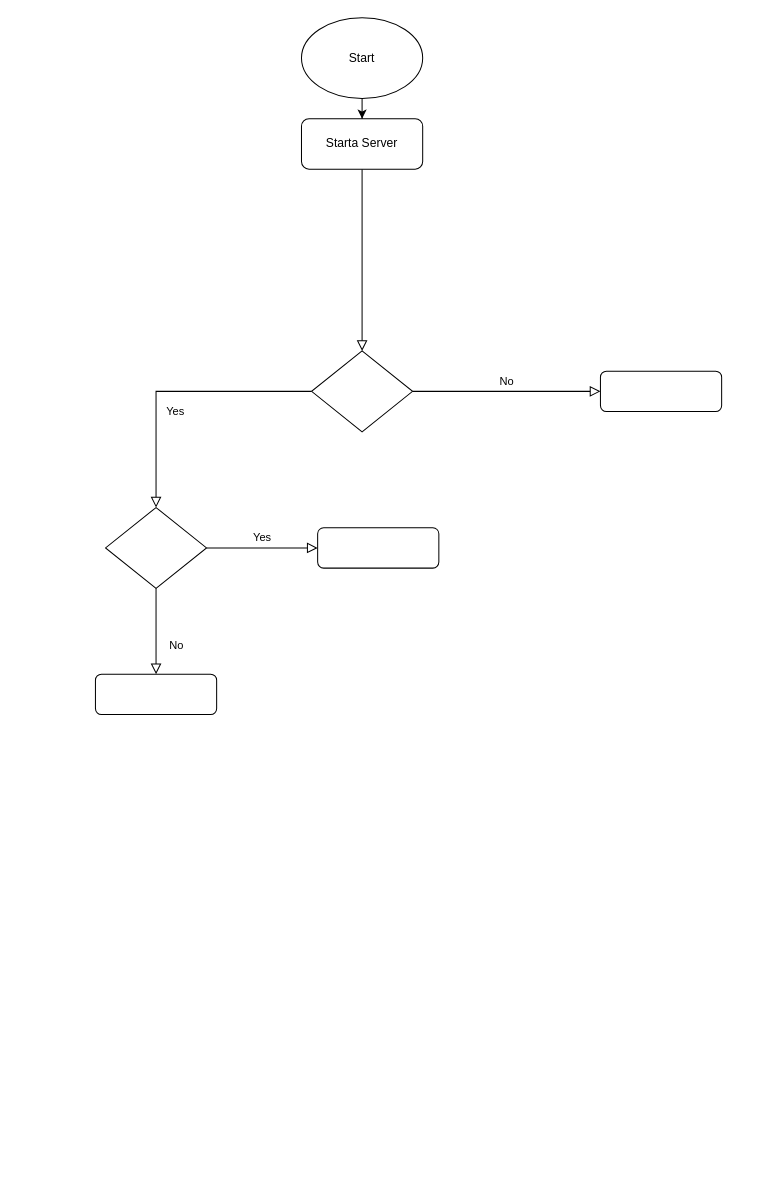
Before: Guldkortet Flödesschema.drawio in PBergstrom90/PBergstrom90, a draw.io diagram. Source tidied: cells renumbered, new cells numbered last; positions are measured from the earlier drawing's top-left corner, leaving out a move shared by most shapes. Both pictures are drawn from the tidied source at 101%, with x=0, y=0 at pixel (95, 17).
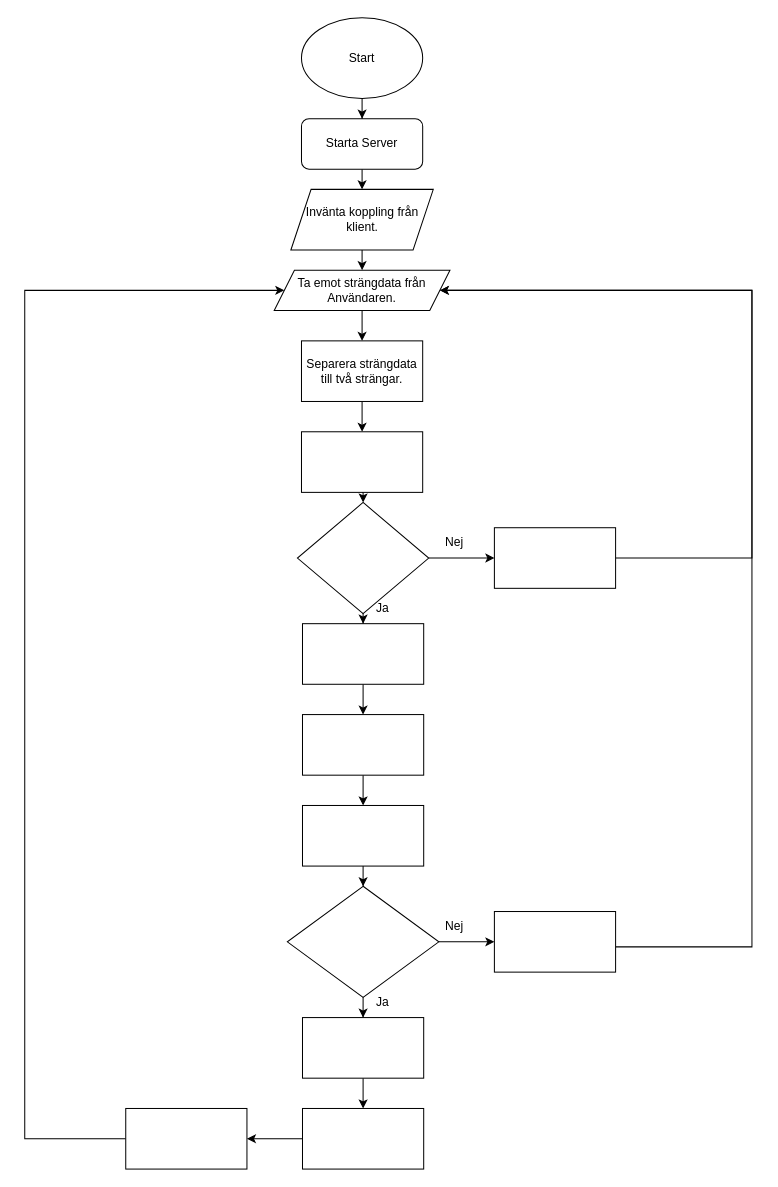
The same diagram, later.

Unchanged cells that the change refers to:
```xml
<mxCell id="3" value="Starta Server" style="rounded=1;whiteSpace=wrap;html=1;fontSize=12;glass=0;strokeWidth=1;shadow=0;" parent="1" vertex="1">
  <mxGeometry x="204" y="100" width="120" height="50" as="geometry" />
</mxCell>
```

Diff of the diagram source:
```diff
@@
-    <mxCell id="2" style="rounded=0;html=1;jettySize=auto;fontSize=11;endArrow=block;endFill=0;endSize=8;strokeWidth=1;shadow=0;labelBackgroundColor=none;edgeStyle=orthogonalEdgeStyle;" parent="1" edge="1" source="3" target="6">
-      <mxGeometry relative="1" as="geometry" />
-    </mxCell>
+    <mxCell id="15" style="edgeStyle=orthogonalEdgeStyle;rounded=0;jettySize=auto;html=1;exitX=0.5;exitY=1;exitDx=0;exitDy=0;entryX=0.5;entryY=0;entryDx=0;entryDy=0;" parent="1" edge="1" source="3" target="17">
+      <mxGeometry relative="1" as="geometry" />
+    </mxCell>
@@
-    <mxCell id="4" value="Yes" style="rounded=0;html=1;jettySize=auto;fontSize=11;endArrow=block;endFill=0;endSize=8;strokeWidth=1;shadow=0;labelBackgroundColor=none;edgeStyle=orthogonalEdgeStyle;" parent="1" edge="1" source="6" target="10">
-      <mxGeometry y="20" relative="1" as="geometry" />
-    </mxCell>
-    <mxCell id="5" value="No" style="edgeStyle=orthogonalEdgeStyle;rounded=0;html=1;jettySize=auto;fontSize=11;endArrow=block;endFill=0;endSize=8;strokeWidth=1;shadow=0;labelBackgroundColor=none;" parent="1" edge="1" source="6" target="7">
-      <mxGeometry y="10" relative="1" as="geometry" />
-    </mxCell>
-    <mxCell id="6" style="rhombus;whiteSpace=wrap;html=1;shadow=0;fontFamily=Helvetica;fontSize=12;align=center;strokeWidth=1;spacing=6;spacingTop=-4;" parent="1" vertex="1">
-      <mxGeometry x="214" y="330" width="100" height="80" as="geometry" />
-    </mxCell>
-    <mxCell id="7" style="rounded=1;whiteSpace=wrap;html=1;fontSize=12;glass=0;strokeWidth=1;shadow=0;" parent="1" vertex="1">
-      <mxGeometry x="500" y="350" width="120" height="40" as="geometry" />
-    </mxCell>
-    <mxCell id="8" value="No" style="rounded=0;html=1;jettySize=auto;fontSize=11;endArrow=block;endFill=0;endSize=8;strokeWidth=1;shadow=0;labelBackgroundColor=none;edgeStyle=orthogonalEdgeStyle;" parent="1" edge="1" source="10" target="11">
-      <mxGeometry x="0.33" y="20" relative="1" as="geometry" />
-    </mxCell>
-    <mxCell id="9" value="Yes" style="edgeStyle=orthogonalEdgeStyle;rounded=0;html=1;jettySize=auto;fontSize=11;endArrow=block;endFill=0;endSize=8;strokeWidth=1;shadow=0;labelBackgroundColor=none;" parent="1" edge="1" source="10" target="12">
-      <mxGeometry y="10" relative="1" as="geometry" />
-    </mxCell>
-    <mxCell id="10" style="rhombus;whiteSpace=wrap;html=1;shadow=0;fontFamily=Helvetica;fontSize=12;align=center;strokeWidth=1;spacing=6;spacingTop=-4;" parent="1" vertex="1">
-      <mxGeometry x="10" y="485" width="100" height="80" as="geometry" />
-    </mxCell>
-    <mxCell id="11" style="rounded=1;whiteSpace=wrap;html=1;fontSize=12;glass=0;strokeWidth=1;shadow=0;" parent="1" vertex="1">
-      <mxGeometry y="650" width="120" height="40" as="geometry" />
-    </mxCell>
-    <mxCell id="12" style="rounded=1;whiteSpace=wrap;html=1;fontSize=12;glass=0;strokeWidth=1;shadow=0;" parent="1" vertex="1">
-      <mxGeometry x="220" y="505" width="120" height="40" as="geometry" />
-    </mxCell>
@@
+    <mxCell id="16" style="edgeStyle=orthogonalEdgeStyle;rounded=0;jettySize=auto;html=1;exitX=0.5;exitY=1;exitDx=0;exitDy=0;entryX=0.5;entryY=0;entryDx=0;entryDy=0;" parent="1" edge="1" source="17" target="19">
+      <mxGeometry relative="1" as="geometry" />
+    </mxCell>
+    <mxCell id="17" value="Invänta koppling från klient." style="shape=parallelogram;perimeter=parallelogramPerimeter;whiteSpace=wrap;html=1;fixedSize=1;" parent="1" vertex="1">
+      <mxGeometry x="193.5" y="170" width="141" height="60" as="geometry" />
+    </mxCell>
+    <mxCell id="18" style="edgeStyle=orthogonalEdgeStyle;rounded=0;jettySize=auto;html=1;entryX=0.5;entryY=0;entryDx=0;entryDy=0;" parent="1" edge="1" source="19" target="21">
+      <mxGeometry relative="1" as="geometry" />
+    </mxCell>
+    <mxCell id="19" value="Ta emot strängdata från Användaren." style="shape=parallelogram;perimeter=parallelogramPerimeter;whiteSpace=wrap;html=1;fixedSize=1;" parent="1" vertex="1">
+      <mxGeometry x="177" y="250" width="174" height="40" as="geometry" />
+    </mxCell>
+    <mxCell id="20" style="edgeStyle=orthogonalEdgeStyle;rounded=0;jettySize=auto;html=1;exitX=0.5;exitY=1;exitDx=0;exitDy=0;entryX=0.5;entryY=0;entryDx=0;entryDy=0;" parent="1" edge="1" source="21" target="23">
+      <mxGeometry relative="1" as="geometry" />
+    </mxCell>
+    <mxCell id="21" value="Separera strängdata till två strängar." style="rounded=0;whiteSpace=wrap;html=1;" parent="1" vertex="1">
+      <mxGeometry x="204" y="320" width="120" height="60" as="geometry" />
+    </mxCell>
+    <mxCell id="22" style="edgeStyle=orthogonalEdgeStyle;rounded=0;jettySize=auto;html=1;exitX=0.5;exitY=1;exitDx=0;exitDy=0;entryX=0.5;entryY=0;entryDx=0;entryDy=0;" parent="1" edge="1" source="23" target="26">
+      <mxGeometry relative="1" as="geometry" />
+    </mxCell>
+    <mxCell id="23" style="rounded=0;whiteSpace=wrap;html=1;" parent="1" vertex="1">
+      <mxGeometry x="204" y="410" width="120" height="60" as="geometry" />
+    </mxCell>
+    <mxCell id="24" style="edgeStyle=orthogonalEdgeStyle;rounded=0;jettySize=auto;html=1;entryX=0.5;entryY=0;entryDx=0;entryDy=0;" parent="1" edge="1" source="26" target="28">
+      <mxGeometry relative="1" as="geometry" />
+    </mxCell>
+    <mxCell id="25" style="edgeStyle=orthogonalEdgeStyle;rounded=0;jettySize=auto;html=1;" parent="1" edge="1" source="26" target="45">
+      <mxGeometry relative="1" as="geometry" />
+    </mxCell>
+    <mxCell id="26" style="rhombus;whiteSpace=wrap;html=1;" parent="1" vertex="1">
+      <mxGeometry x="200" y="480" width="130" height="110" as="geometry" />
+    </mxCell>
+    <mxCell id="27" style="edgeStyle=orthogonalEdgeStyle;rounded=0;jettySize=auto;html=1;" parent="1" edge="1" source="28" target="30">
+      <mxGeometry relative="1" as="geometry" />
+    </mxCell>
+    <mxCell id="28" style="rounded=0;whiteSpace=wrap;html=1;" parent="1" vertex="1">
+      <mxGeometry x="205" y="600" width="120" height="60" as="geometry" />
+    </mxCell>
+    <mxCell id="29" style="edgeStyle=orthogonalEdgeStyle;rounded=0;jettySize=auto;html=1;" parent="1" edge="1" source="30" target="32">
+      <mxGeometry relative="1" as="geometry" />
+    </mxCell>
+    <mxCell id="30" style="rounded=0;whiteSpace=wrap;html=1;" parent="1" vertex="1">
+      <mxGeometry x="205" y="690" width="120" height="60" as="geometry" />
+    </mxCell>
+    <mxCell id="31" style="edgeStyle=orthogonalEdgeStyle;rounded=0;jettySize=auto;html=1;" parent="1" edge="1" source="32" target="35">
+      <mxGeometry relative="1" as="geometry" />
+    </mxCell>
+    <mxCell id="32" style="rounded=0;whiteSpace=wrap;html=1;" parent="1" vertex="1">
+      <mxGeometry x="205" y="780" width="120" height="60" as="geometry" />
+    </mxCell>
+    <mxCell id="33" style="edgeStyle=orthogonalEdgeStyle;rounded=0;jettySize=auto;html=1;" parent="1" edge="1" source="35" target="37">
+      <mxGeometry relative="1" as="geometry" />
+    </mxCell>
+    <mxCell id="34" style="edgeStyle=orthogonalEdgeStyle;rounded=0;jettySize=auto;html=1;" parent="1" edge="1" source="35" target="43">
+      <mxGeometry relative="1" as="geometry" />
+    </mxCell>
+    <mxCell id="35" style="rhombus;whiteSpace=wrap;html=1;" parent="1" vertex="1">
+      <mxGeometry x="190" y="860" width="150" height="110" as="geometry" />
+    </mxCell>
+    <mxCell id="36" style="edgeStyle=orthogonalEdgeStyle;rounded=0;jettySize=auto;html=1;" parent="1" edge="1" source="37" target="39">
+      <mxGeometry relative="1" as="geometry" />
+    </mxCell>
+    <mxCell id="37" style="rounded=0;whiteSpace=wrap;html=1;" parent="1" vertex="1">
+      <mxGeometry x="205" y="990" width="120" height="60" as="geometry" />
+    </mxCell>
+    <mxCell id="38" style="edgeStyle=orthogonalEdgeStyle;rounded=0;jettySize=auto;html=1;" parent="1" edge="1" source="39" target="41">
+      <mxGeometry relative="1" as="geometry" />
+    </mxCell>
+    <mxCell id="39" style="rounded=0;whiteSpace=wrap;html=1;" parent="1" vertex="1">
+      <mxGeometry x="205" y="1080" width="120" height="60" as="geometry" />
+    </mxCell>
+    <mxCell id="40" style="edgeStyle=orthogonalEdgeStyle;rounded=0;jettySize=auto;html=1;entryX=0;entryY=0.5;entryDx=0;entryDy=0;" parent="1" edge="1" source="41" target="19">
+      <mxGeometry relative="1" as="geometry">
+        <Array as="points">
+          <mxPoint x="-70" y="1110" />
+          <mxPoint x="-70" y="270" />
+        </Array>
+      </mxGeometry>
+    </mxCell>
+    <mxCell id="41" style="whiteSpace=wrap;html=1;rounded=0;" parent="1" vertex="1">
+      <mxGeometry x="30" y="1080" width="120" height="60" as="geometry" />
+    </mxCell>
+    <mxCell id="42" style="edgeStyle=orthogonalEdgeStyle;rounded=0;jettySize=auto;html=1;entryX=1;entryY=0.5;entryDx=0;entryDy=0;" parent="1" edge="1" source="43" target="19">
+      <mxGeometry relative="1" as="geometry">
+        <Array as="points">
+          <mxPoint x="650" y="920" />
+          <mxPoint x="650" y="270" />
+        </Array>
+      </mxGeometry>
+    </mxCell>
+    <mxCell id="43" style="whiteSpace=wrap;html=1;" parent="1" vertex="1">
+      <mxGeometry x="395" y="885" width="120" height="60" as="geometry" />
+    </mxCell>
+    <mxCell id="44" style="edgeStyle=orthogonalEdgeStyle;rounded=0;jettySize=auto;html=1;entryX=1;entryY=0.5;entryDx=0;entryDy=0;" parent="1" edge="1" source="45" target="19">
+      <mxGeometry relative="1" as="geometry">
+        <Array as="points">
+          <mxPoint x="650" y="535" />
+          <mxPoint x="650" y="270" />
+        </Array>
+      </mxGeometry>
+    </mxCell>
+    <mxCell id="45" style="whiteSpace=wrap;html=1;" parent="1" vertex="1">
+      <mxGeometry x="395" y="505" width="120" height="60" as="geometry" />
+    </mxCell>
+    <mxCell id="46" value="Nej" style="text;html=1;align=center;verticalAlign=middle;strokeColor=none;fillColor=none;" parent="1" vertex="1">
+      <mxGeometry x="334.5" y="505" width="40" height="30" as="geometry" />
+    </mxCell>
+    <mxCell id="47" value="Ja" style="text;html=1;align=center;verticalAlign=middle;strokeColor=none;fillColor=none;" parent="1" vertex="1">
+      <mxGeometry x="264" y="570" width="40" height="30" as="geometry" />
+    </mxCell>
+    <mxCell id="48" value="Ja" style="text;html=1;align=center;verticalAlign=middle;strokeColor=none;fillColor=none;" parent="1" vertex="1">
+      <mxGeometry x="264" y="960" width="40" height="30" as="geometry" />
+    </mxCell>
+    <mxCell id="49" value="Nej" style="text;html=1;align=center;verticalAlign=middle;strokeColor=none;fillColor=none;" parent="1" vertex="1">
+      <mxGeometry x="334.5" y="885" width="40" height="30" as="geometry" />
+    </mxCell>
```
